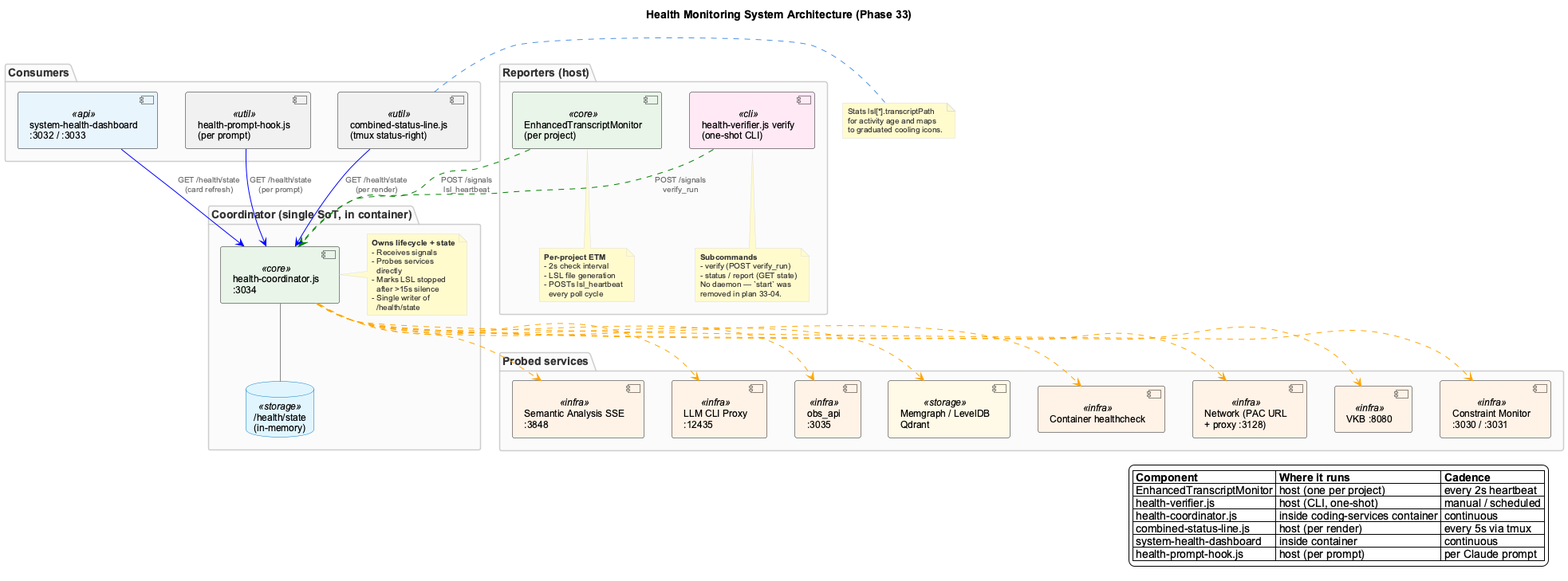
Earlier version of the PlantUML export docs/images/health-monitoring-overview.png (fwornle/coding).
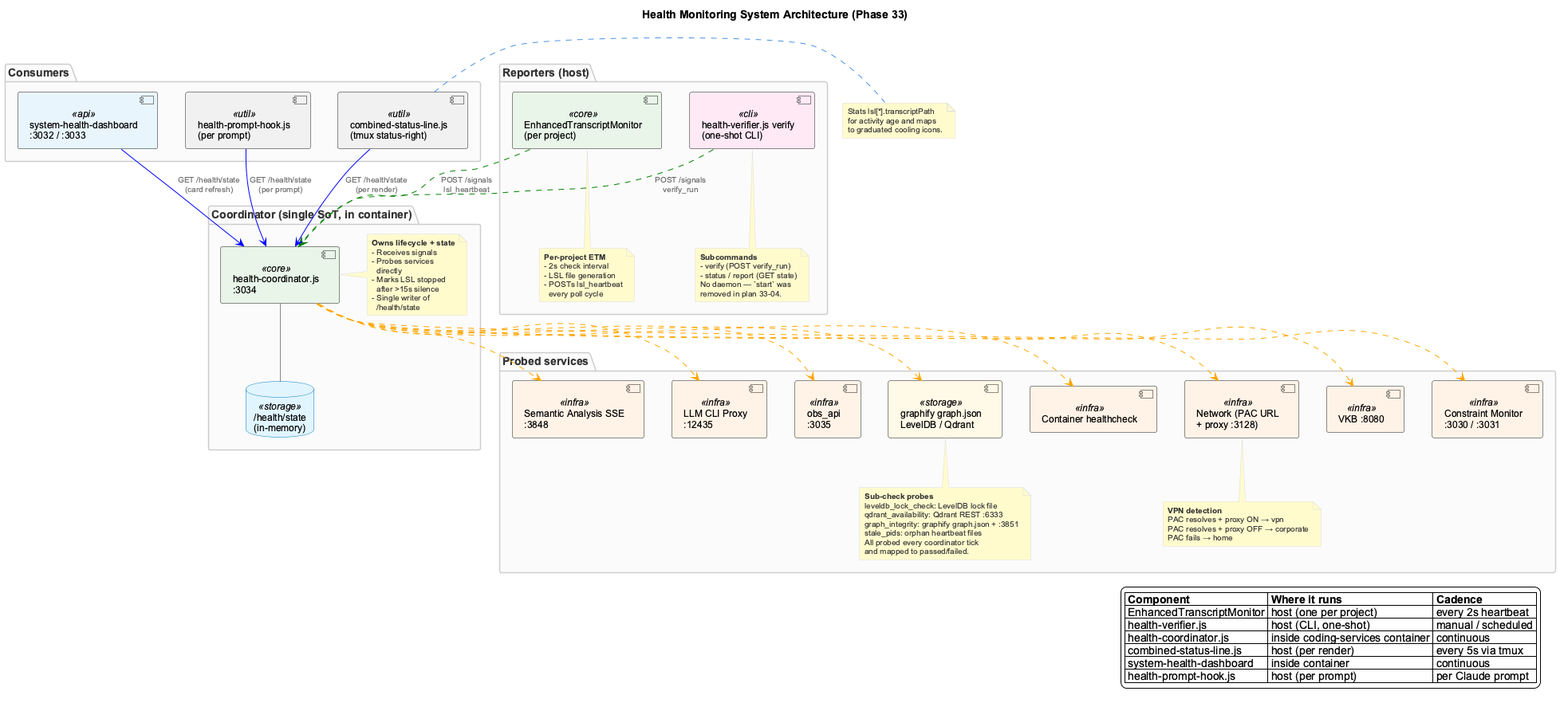
After the change.

The edit, as a diff of the source:
```diff
@@ -52,9 +52,24 @@
   component "Semantic Analysis SSE\n:3848" as SA <<infra>>
   component "LLM CLI Proxy\n:12435" as PROXY <<infra>>
   component "obs_api\n:3035" as OBS <<infra>>
-  component "Memgraph / LevelDB\nQdrant" as DBS <<storage>>
+  component "graphify graph.json\nLevelDB / Qdrant" as DBS <<storage>>
   component "Container healthcheck" as CONTAINER <<infra>>
   component "Network (PAC URL\n+ proxy :3128)" as NET <<infra>>
+  note bottom of NET
+    **VPN detection**
+    PAC resolves + proxy ON → vpn
+    PAC resolves + proxy OFF → corporate
+    PAC fails → home
+  end note
+  note bottom of DBS
+    **Sub-check probes**
+    leveldb_lock_check: LevelDB lock file
+    qdrant_availability: Qdrant REST :6333
+    graph_integrity: graphify graph.json + :3851
+    stale_pids: orphan heartbeat files
+    All probed every coordinator tick
+    and mapped to passed/failed.
+  end note
 }
 
 ETM -[#green,dashed]-> COORD : POST /signals\nlsl_heartbeat
```
